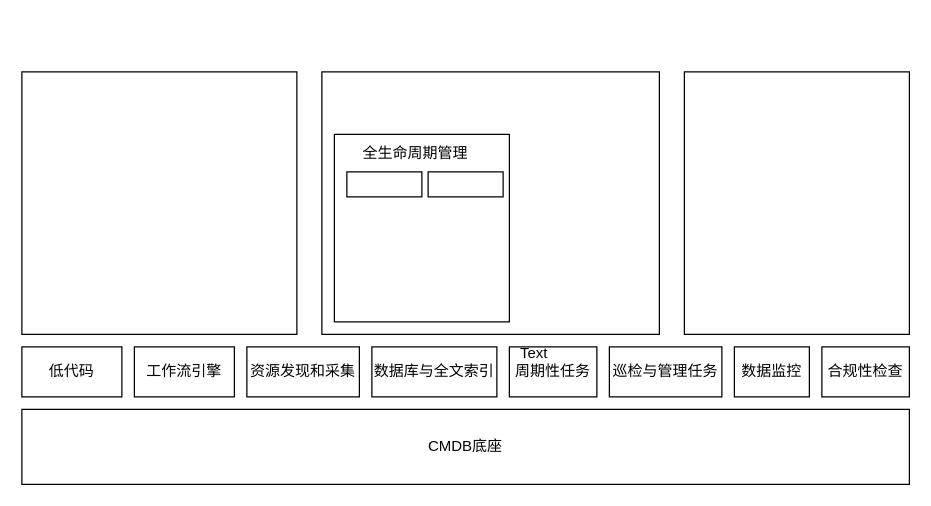
Before: 功能架构.drawio in jaywin2u/practices, a draw.io diagram. Source tidied: cells renumbered, new cells numbered last; positions are measured from the earlier drawing's top-left corner, leaving out a move shared by most shapes. Both pictures are drawn from the tidied source at 125%, with x=0, y=0 at pixel (21, 71).
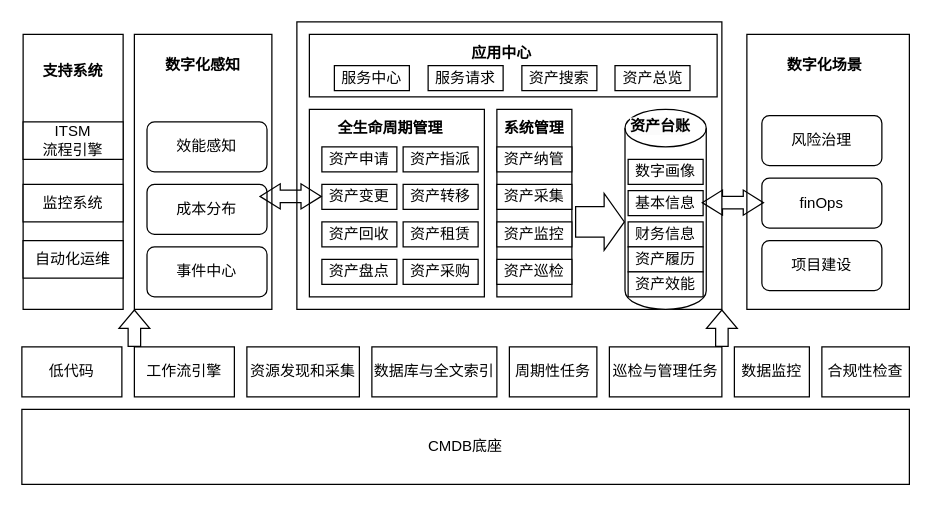
The same page after the edit.

Commit message:
更新功能架构.drawio

The edit, as a diff of the source:
```diff
@@
     <mxCell id="12" style="rounded=0;whiteSpace=wrap;html=1;" parent="1" vertex="1">
-      <mxGeometry width="220" height="210" as="geometry" />
+      <mxGeometry x="1" y="-30" width="80" height="220" as="geometry" />
     </mxCell>
     <mxCell id="13" style="rounded=0;whiteSpace=wrap;html=1;" parent="1" vertex="1">
-      <mxGeometry x="240" width="270" height="210" as="geometry" />
+      <mxGeometry x="220" y="-40" width="340" height="230" as="geometry" />
     </mxCell>
     <mxCell id="14" style="rounded=0;whiteSpace=wrap;html=1;" parent="1" vertex="1">
-      <mxGeometry x="530" width="180" height="210" as="geometry" />
+      <mxGeometry x="580" y="-30" width="130" height="220" as="geometry" />
     </mxCell>
     <mxCell id="15" style="rounded=0;whiteSpace=wrap;html=1;" parent="1" vertex="1">
-      <mxGeometry x="250" y="50" width="140" height="150" as="geometry" />
+      <mxGeometry x="230" y="30" width="140" height="150" as="geometry" />
     </mxCell>
-    <mxCell id="16" value="Text" style="text;html=1;align=center;verticalAlign=middle;whiteSpace=wrap;rounded=0;" parent="1" vertex="1">
-      <mxGeometry x="380" y="210" width="60" height="30" as="geometry" />
-    </mxCell>
-    <mxCell id="17" value="全生命周期管理" style="text;html=1;align=center;verticalAlign=middle;whiteSpace=wrap;rounded=0;" parent="1" vertex="1">
-      <mxGeometry x="270" y="50" width="90" height="30" as="geometry" />
+    <mxCell id="17" value="&lt;b&gt;全生命周期管理&lt;/b&gt;" style="text;html=1;align=center;verticalAlign=middle;whiteSpace=wrap;rounded=0;" parent="1" vertex="1">
+      <mxGeometry x="250" y="30" width="90" height="30" as="geometry" />
     </mxCell>
-    <mxCell id="18" style="rounded=0;whiteSpace=wrap;html=1;" parent="1" vertex="1">
-      <mxGeometry x="260" y="80" width="60" height="20" as="geometry" />
+    <mxCell id="18" value="资产申请" style="rounded=0;whiteSpace=wrap;html=1;" parent="1" vertex="1">
+      <mxGeometry x="240" y="60" width="60" height="20" as="geometry" />
     </mxCell>
-    <mxCell id="19" style="rounded=0;whiteSpace=wrap;html=1;" parent="1" vertex="1">
-      <mxGeometry x="325" y="80" width="60" height="20" as="geometry" />
+    <mxCell id="19" value="资产指派" style="rounded=0;whiteSpace=wrap;html=1;" parent="1" vertex="1">
+      <mxGeometry x="305" y="60" width="60" height="20" as="geometry" />
     </mxCell>
+    <mxCell id="20" value="资产变更" style="rounded=0;whiteSpace=wrap;html=1;" parent="1" vertex="1">
+      <mxGeometry x="240" y="90" width="60" height="20" as="geometry" />
+    </mxCell>
+    <mxCell id="21" value="资产转移" style="rounded=0;whiteSpace=wrap;html=1;" parent="1" vertex="1">
+      <mxGeometry x="305" y="90" width="60" height="20" as="geometry" />
+    </mxCell>
+    <mxCell id="22" value="资产回收" style="rounded=0;whiteSpace=wrap;html=1;" parent="1" vertex="1">
+      <mxGeometry x="240" y="120" width="60" height="20" as="geometry" />
+    </mxCell>
+    <mxCell id="23" value="资产租赁" style="rounded=0;whiteSpace=wrap;html=1;" parent="1" vertex="1">
+      <mxGeometry x="305" y="120" width="60" height="20" as="geometry" />
+    </mxCell>
+    <mxCell id="24" value="资产盘点" style="rounded=0;whiteSpace=wrap;html=1;" parent="1" vertex="1">
+      <mxGeometry x="240" y="150" width="60" height="20" as="geometry" />
+    </mxCell>
+    <mxCell id="25" value="资产采购" style="rounded=0;whiteSpace=wrap;html=1;" parent="1" vertex="1">
+      <mxGeometry x="305" y="150" width="60" height="20" as="geometry" />
+    </mxCell>
+    <mxCell id="26" style="rounded=0;whiteSpace=wrap;html=1;" parent="1" vertex="1">
+      <mxGeometry x="380" y="30" width="60" height="150" as="geometry" />
+    </mxCell>
+    <mxCell id="27" value="&lt;b&gt;系统管理&lt;/b&gt;" style="text;html=1;align=center;verticalAlign=middle;whiteSpace=wrap;rounded=0;" parent="1" vertex="1">
+      <mxGeometry x="380" y="30" width="60" height="30" as="geometry" />
+    </mxCell>
+    <mxCell id="28" value="资产纳管" style="rounded=0;whiteSpace=wrap;html=1;" parent="1" vertex="1">
+      <mxGeometry x="380" y="60" width="60" height="20" as="geometry" />
+    </mxCell>
+    <mxCell id="29" value="资产采集" style="rounded=0;whiteSpace=wrap;html=1;" parent="1" vertex="1">
+      <mxGeometry x="380" y="90" width="60" height="20" as="geometry" />
+    </mxCell>
+    <mxCell id="30" value="资产监控" style="rounded=0;whiteSpace=wrap;html=1;" parent="1" vertex="1">
+      <mxGeometry x="380" y="120" width="60" height="20" as="geometry" />
+    </mxCell>
+    <mxCell id="31" value="资产巡检" style="rounded=0;whiteSpace=wrap;html=1;" parent="1" vertex="1">
+      <mxGeometry x="380" y="150" width="60" height="20" as="geometry" />
+    </mxCell>
+    <mxCell id="32" style="shape=cylinder3;whiteSpace=wrap;html=1;boundedLbl=1;backgroundOutline=1;size=15;" parent="1" vertex="1">
+      <mxGeometry x="482.5" y="30" width="65" height="160" as="geometry" />
+    </mxCell>
+    <mxCell id="33" style="shape=flexArrow;endArrow=classic;html=1;rounded=0;width=24.545454545454543;endSize=5.0636363636363635;" parent="1" edge="1">
+      <mxGeometry relative="1" as="geometry">
+        <mxPoint x="442.5" y="120" as="sourcePoint" />
+        <mxPoint x="482.5" y="120" as="targetPoint" />
+      </mxGeometry>
+    </mxCell>
+    <mxCell id="34" value="数字画像" style="rounded=0;whiteSpace=wrap;html=1;" parent="1" vertex="1">
+      <mxGeometry x="485" y="70" width="60" height="20" as="geometry" />
+    </mxCell>
+    <mxCell id="35" value="基本信息" style="rounded=0;whiteSpace=wrap;html=1;" parent="1" vertex="1">
+      <mxGeometry x="485" y="95" width="60" height="20" as="geometry" />
+    </mxCell>
+    <mxCell id="36" value="财务信息" style="rounded=0;whiteSpace=wrap;html=1;" parent="1" vertex="1">
+      <mxGeometry x="485" y="120" width="60" height="20" as="geometry" />
+    </mxCell>
+    <mxCell id="37" value="资产履历" style="rounded=0;whiteSpace=wrap;html=1;" parent="1" vertex="1">
+      <mxGeometry x="485" y="140" width="60" height="20" as="geometry" />
+    </mxCell>
+    <mxCell id="38" value="&lt;span style=&quot;color: rgb(0, 0, 0); font-family: Helvetica; font-size: 12px; font-style: normal; font-variant-ligatures: normal; font-variant-caps: normal; letter-spacing: normal; orphans: 2; text-align: center; text-indent: 0px; text-transform: none; widows: 2; word-spacing: 0px; -webkit-text-stroke-width: 0px; white-space: normal; background-color: rgb(251, 251, 251); text-decoration-thickness: initial; text-decoration-style: initial; text-decoration-color: initial; float: none; display: inline !important;&quot;&gt;资产台账&lt;/span&gt;" style="text;whiteSpace=wrap;html=1;fontStyle=1;" parent="1" vertex="1">
+      <mxGeometry x="485" y="30" width="90" height="40" as="geometry" />
+    </mxCell>
+    <mxCell id="39" value="资产效能" style="rounded=0;whiteSpace=wrap;html=1;" parent="1" vertex="1">
+      <mxGeometry x="485" y="160" width="60" height="20" as="geometry" />
+    </mxCell>
+    <mxCell id="40" style="rounded=0;whiteSpace=wrap;html=1;" parent="1" vertex="1">
+      <mxGeometry x="230" y="-30" width="326.2" height="50" as="geometry" />
+    </mxCell>
+    <mxCell id="41" value="服务中心" style="rounded=0;whiteSpace=wrap;html=1;" parent="1" vertex="1">
+      <mxGeometry x="250" y="-5" width="60" height="20" as="geometry" />
+    </mxCell>
+    <mxCell id="42" value="服务请求" style="rounded=0;whiteSpace=wrap;html=1;" parent="1" vertex="1">
+      <mxGeometry x="325" y="-5" width="60" height="20" as="geometry" />
+    </mxCell>
+    <mxCell id="43" value="资产搜索" style="rounded=0;whiteSpace=wrap;html=1;" parent="1" vertex="1">
+      <mxGeometry x="400" y="-5" width="60" height="20" as="geometry" />
+    </mxCell>
+    <mxCell id="44" value="资产总览" style="rounded=0;whiteSpace=wrap;html=1;" parent="1" vertex="1">
+      <mxGeometry x="474.5" y="-5" width="60" height="20" as="geometry" />
+    </mxCell>
+    <mxCell id="45" value="&lt;b&gt;应用中心&lt;/b&gt;" style="text;html=1;align=center;verticalAlign=middle;whiteSpace=wrap;rounded=0;" parent="1" vertex="1">
+      <mxGeometry x="353.8" y="-30" width="60" height="30" as="geometry" />
+    </mxCell>
+    <mxCell id="46" value="ITSM&lt;div&gt;流程引擎&lt;/div&gt;" style="rounded=0;whiteSpace=wrap;html=1;" parent="1" vertex="1">
+      <mxGeometry x="1" y="40" width="80" height="30" as="geometry" />
+    </mxCell>
+    <mxCell id="47" value="监控系统" style="rounded=0;whiteSpace=wrap;html=1;" parent="1" vertex="1">
+      <mxGeometry x="1" y="90" width="80" height="30" as="geometry" />
+    </mxCell>
+    <mxCell id="48" value="自动化运维" style="rounded=0;whiteSpace=wrap;html=1;" parent="1" vertex="1">
+      <mxGeometry x="1" y="135" width="80" height="30" as="geometry" />
+    </mxCell>
+    <mxCell id="49" value="&lt;b&gt;支持系统&lt;/b&gt;" style="text;html=1;align=center;verticalAlign=middle;whiteSpace=wrap;rounded=0;" parent="1" vertex="1">
+      <mxGeometry x="11" y="-15" width="60" height="30" as="geometry" />
+    </mxCell>
+    <mxCell id="50" style="rounded=0;whiteSpace=wrap;html=1;" parent="1" vertex="1">
+      <mxGeometry x="90" y="-30" width="110" height="220" as="geometry" />
+    </mxCell>
+    <mxCell id="51" value="&lt;b&gt;数字化感知&lt;/b&gt;" style="text;html=1;align=center;verticalAlign=middle;whiteSpace=wrap;rounded=0;" parent="1" vertex="1">
+      <mxGeometry x="110" y="-20" width="70" height="30" as="geometry" />
+    </mxCell>
+    <mxCell id="52" style="shape=flexArrow;endArrow=classic;html=1;rounded=0;endWidth=13.636363636363635;endSize=4.545454545454545;" parent="1" edge="1">
+      <mxGeometry relative="1" as="geometry">
+        <mxPoint x="90" y="220" as="sourcePoint" />
+        <mxPoint x="90" y="190" as="targetPoint" />
+      </mxGeometry>
+    </mxCell>
+    <mxCell id="53" style="shape=flexArrow;endArrow=classic;html=1;rounded=0;endWidth=13.636363636363635;endSize=4.545454545454545;" parent="1" edge="1">
+      <mxGeometry relative="1" as="geometry">
+        <mxPoint x="560" y="220" as="sourcePoint" />
+        <mxPoint x="560" y="190" as="targetPoint" />
+      </mxGeometry>
+    </mxCell>
+    <mxCell id="54" value="效能感知" style="rounded=1;whiteSpace=wrap;html=1;" parent="1" vertex="1">
+      <mxGeometry x="100.1" y="40" width="96" height="40" as="geometry" />
+    </mxCell>
+    <mxCell id="55" value="成本分布" style="rounded=1;whiteSpace=wrap;html=1;" parent="1" vertex="1">
+      <mxGeometry x="100.1" y="90" width="96" height="40" as="geometry" />
+    </mxCell>
+    <mxCell id="56" value="事件中心" style="rounded=1;whiteSpace=wrap;html=1;" parent="1" vertex="1">
+      <mxGeometry x="100.1" y="140" width="96" height="40" as="geometry" />
+    </mxCell>
+    <mxCell id="57" value="&lt;b&gt;数字化场景&lt;/b&gt;" style="text;html=1;align=center;verticalAlign=middle;whiteSpace=wrap;rounded=0;" parent="1" vertex="1">
+      <mxGeometry x="610" y="-20" width="65" height="30" as="geometry" />
+    </mxCell>
+    <mxCell id="58" value="风险治理" style="rounded=1;whiteSpace=wrap;html=1;" parent="1" vertex="1">
+      <mxGeometry x="592" y="35" width="96" height="40" as="geometry" />
+    </mxCell>
+    <mxCell id="59" value="finOps" style="rounded=1;whiteSpace=wrap;html=1;" parent="1" vertex="1">
+      <mxGeometry x="592" y="85" width="96" height="40" as="geometry" />
+    </mxCell>
+    <mxCell id="60" value="项目建设" style="rounded=1;whiteSpace=wrap;html=1;" parent="1" vertex="1">
+      <mxGeometry x="592" y="135" width="96" height="40" as="geometry" />
+    </mxCell>
+    <mxCell id="61" style="shape=flexArrow;endArrow=classic;startArrow=classic;html=1;rounded=0;endWidth=9.09090909090909;endSize=5.0636363636363635;startWidth=9.09090909090909;startSize=5.0636363636363635;" parent="1" edge="1">
+      <mxGeometry relative="1" as="geometry">
+        <mxPoint x="543.8" y="104.6" as="sourcePoint" />
+        <mxPoint x="593.8" y="104.6" as="targetPoint" />
+      </mxGeometry>
+    </mxCell>
+    <mxCell id="62" style="shape=flexArrow;endArrow=classic;startArrow=classic;html=1;rounded=0;endWidth=9.09090909090909;endSize=5.0636363636363635;startWidth=9.09090909090909;startSize=5.0636363636363635;" parent="1" edge="1">
+      <mxGeometry relative="1" as="geometry">
+        <mxPoint x="190" y="99.6" as="sourcePoint" />
+        <mxPoint x="240" y="99.6" as="targetPoint" />
+      </mxGeometry>
+    </mxCell>
```
